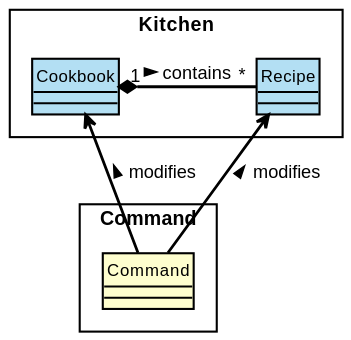
Before: docs/RenderedUML/Recipe.svg, a diagram exported from PlantUML (nus-cs2113-AY2122S1/tp).
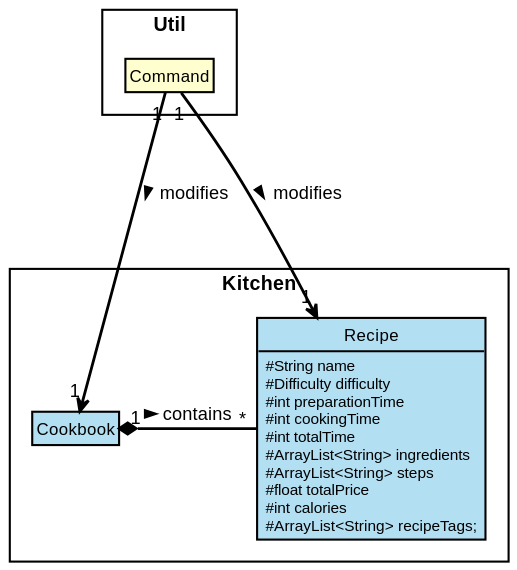
Later version of the same file.

Diff of the diagram source:
```diff
@@ -3,15 +3,29 @@
 skinparam ArrowColor black
 skinparam classBorderColor black
 
-rectangle "Command" {
+hide empty fields
+hide empty methods
+
+rectangle "Util" {
     class Command
 }
 
 rectangle "Kitchen" {
     class Cookbook LOGIC_BLUE_1
-    class Recipe LOGIC_BLUE_1
+    class Recipe LOGIC_BLUE_1 {
+    # String name
+    # Difficulty difficulty
+    # int preparationTime
+    # int cookingTime
+    # int totalTime
+    # ArrayList<String> ingredients
+    # ArrayList<String> steps
+    # float totalPrice
+    # int calories
+    # ArrayList<String> recipeTags;
+    }
 
-    Recipe <-- Command : modifies <
-    Cookbook <-- Command : modifies <
+    Command "1" -down--> "1" Recipe : modifies >
     Cookbook "1" *- "*" Recipe : contains >
+    Command "1" -down--> "1" Cookbook : modifies >
 @enduml
```
